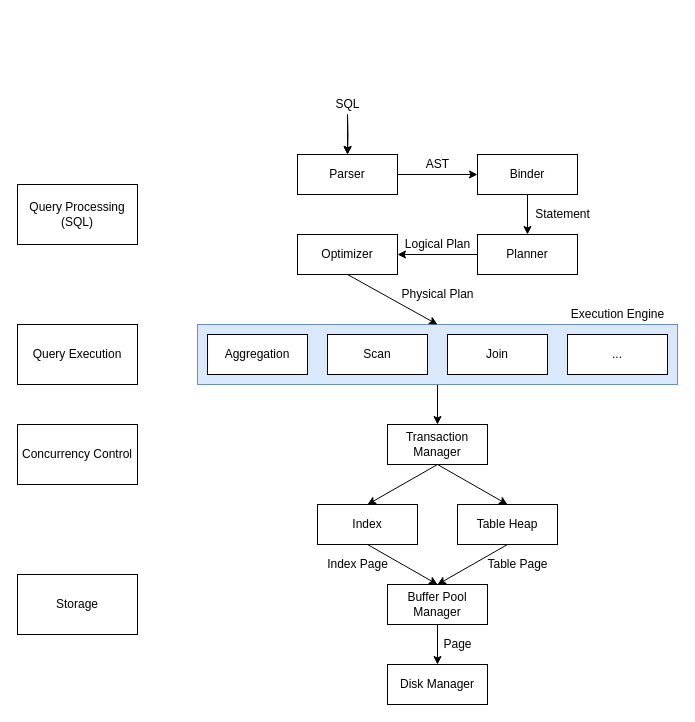
Above: docs/bustubx-architecture.drawio in systemxlabs/bustubx (draw.io), before the change. Source tidied: cells renumbered, new cells numbered last; positions are measured from the earlier drawing's top-left corner, leaving out a move shared by most shapes. Both pictures are drawn from the tidied source at 100%, with x=0, y=0 at pixel (17, 94).
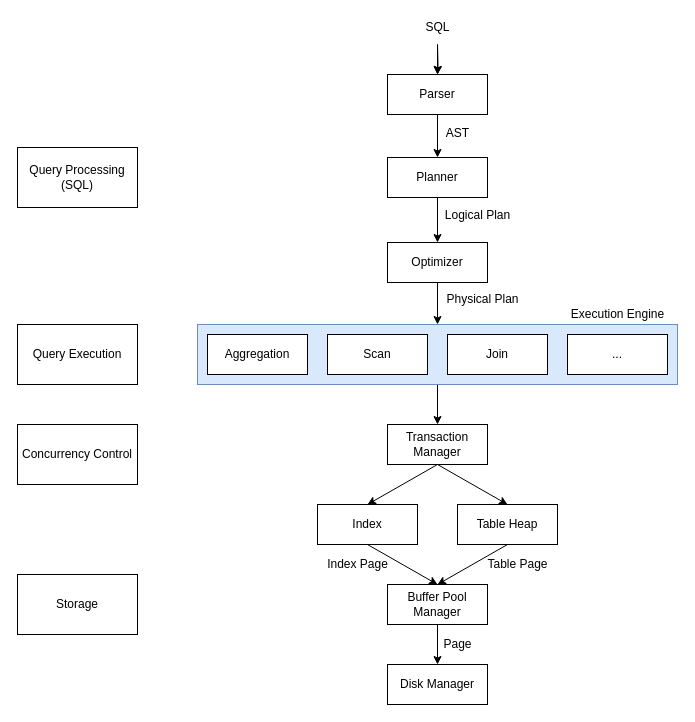
The same diagram, later.

Change to the diagram source:
```diff
@@
-    <mxCell id="4" style="edgeStyle=orthogonalEdgeStyle;rounded=0;jettySize=auto;html=1;" parent="1" edge="1" source="5" target="7">
-      <mxGeometry relative="1" as="geometry" />
-    </mxCell>
+    <mxCell id="41" style="edgeStyle=orthogonalEdgeStyle;rounded=0;jettySize=auto;html=1;entryX=0.5;entryY=0;entryDx=0;entryDy=0;" parent="1" edge="1" source="5" target="10">
+      <mxGeometry relative="1" as="geometry" />
+    </mxCell>
     <mxCell id="5" value="Parser" style="rounded=0;whiteSpace=wrap;html=1;" parent="1" vertex="1">
-      <mxGeometry x="280" y="60" width="100" height="40" as="geometry" />
+      <mxGeometry x="370" y="-20" width="100" height="40" as="geometry" />
     </mxCell>
-    <mxCell id="6" style="edgeStyle=orthogonalEdgeStyle;rounded=0;jettySize=auto;html=1;" parent="1" edge="1" source="7" target="10">
-      <mxGeometry relative="1" as="geometry" />
-    </mxCell>
-    <mxCell id="7" value="Binder" style="rounded=0;whiteSpace=wrap;html=1;" parent="1" vertex="1">
-      <mxGeometry x="460" y="60" width="100" height="40" as="geometry" />
-    </mxCell>
     <mxCell id="8" value="AST" style="text;html=1;align=center;verticalAlign=middle;strokeColor=none;" parent="1" vertex="1">
-      <mxGeometry x="400" y="60" width="40" height="20" as="geometry" />
+      <mxGeometry x="420" y="29" width="40" height="20" as="geometry" />
     </mxCell>
@@
     <mxCell id="10" value="Planner" style="rounded=0;whiteSpace=wrap;html=1;" parent="1" vertex="1">
-      <mxGeometry x="460" y="140" width="100" height="40" as="geometry" />
+      <mxGeometry x="370" y="63" width="100" height="40" as="geometry" />
     </mxCell>
-    <mxCell id="11" value="Statement" style="text;html=1;align=center;verticalAlign=middle;strokeColor=none;" parent="1" vertex="1">
-      <mxGeometry x="510" y="110" width="70" height="20" as="geometry" />
-    </mxCell>
     <mxCell id="12" value="Optimizer" style="rounded=0;whiteSpace=wrap;html=1;" parent="1" vertex="1">
-      <mxGeometry x="280" y="140" width="100" height="40" as="geometry" />
+      <mxGeometry x="370" y="148" width="100" height="40" as="geometry" />
     </mxCell>
     <mxCell id="13" value="Logical Plan" style="text;html=1;align=center;verticalAlign=middle;strokeColor=none;" parent="1" vertex="1">
-      <mxGeometry x="380" y="140" width="80" height="20" as="geometry" />
+      <mxGeometry x="420" y="111" width="80" height="20" as="geometry" />
     </mxCell>
@@
     <mxCell id="19" value="Physical Plan" style="text;html=1;align=center;verticalAlign=middle;strokeColor=none;" parent="1" vertex="1">
-      <mxGeometry x="375" y="190" width="90" height="20" as="geometry" />
+      <mxGeometry x="420" y="195" width="90" height="20" as="geometry" />
     </mxCell>
@@
     <mxCell id="21" value="Query Processing (SQL)" style="rounded=0;whiteSpace=wrap;html=1;" parent="1" vertex="1">
-      <mxGeometry y="90" width="120" height="60" as="geometry" />
+      <mxGeometry y="53" width="120" height="60" as="geometry" />
     </mxCell>
@@
     <mxCell id="38" style="endArrow=classic;html=1;entryX=0.5;entryY=0;entryDx=0;entryDy=0;" parent="1" edge="1" target="5">
       <mxGeometry relative="1" as="geometry">
-        <mxPoint x="330" y="20" as="sourcePoint" />
+        <mxPoint x="420" y="-50" as="sourcePoint" />
       </mxGeometry>
     </mxCell>
     <mxCell id="39" style="edgeStyle=orthogonalEdgeStyle;rounded=0;jettySize=auto;html=1;" parent="1" edge="1" target="5">
       <mxGeometry relative="1" as="geometry">
-        <mxPoint x="330" y="20" as="sourcePoint" />
+        <mxPoint x="420" y="-50" as="sourcePoint" />
       </mxGeometry>
     </mxCell>
     <mxCell id="40" value="SQL" style="text;html=1;align=center;verticalAlign=middle;strokeColor=none;" parent="1" vertex="1">
-      <mxGeometry x="310" width="40" height="20" as="geometry" />
+      <mxGeometry x="400" y="-77" width="40" height="20" as="geometry" />
     </mxCell>
```
